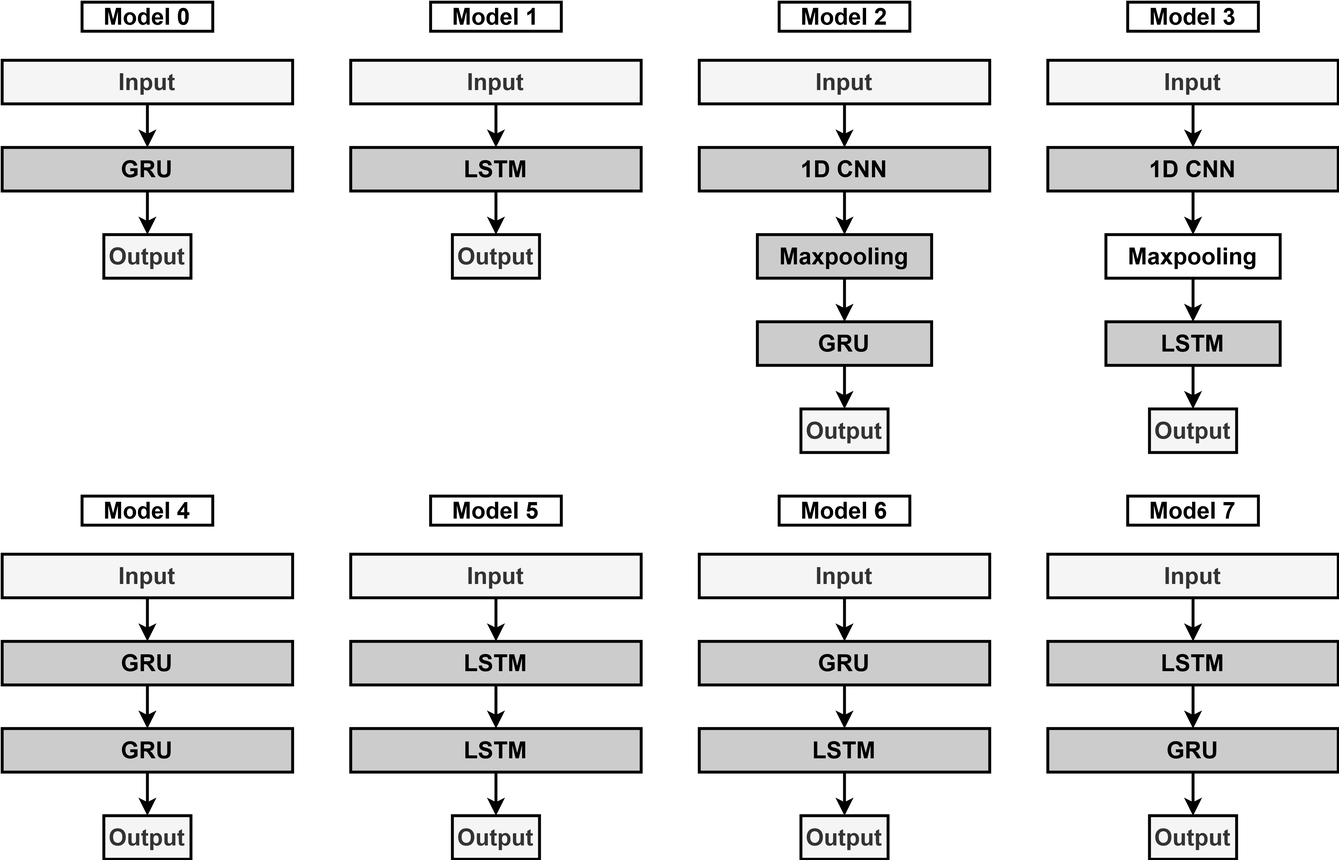
This is Images/models.png from tomasbogalho/Tom-s-Bogalho-MSc-Thesis-New, a draw.io export, as it was before one commit. Source tidied: cells renumbered, new cells last; positions are measured from the earlier drawing's top-left corner, leaving out a move shared by most shapes.
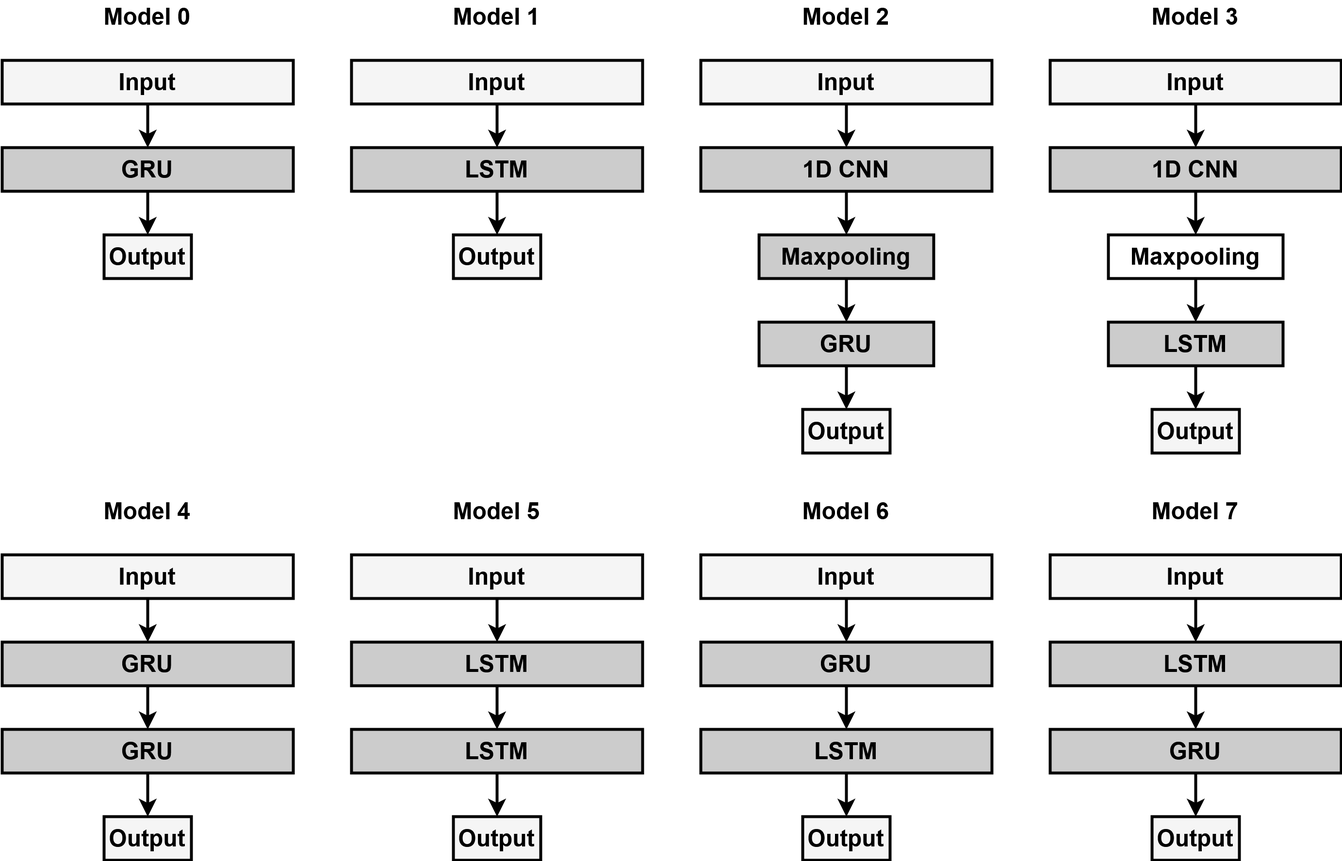
Later version of the same file.

Change to the diagram source:
```diff
@@ -13,6 +13,6 @@
     </mxCell>
-    <mxCell id="5" value="&lt;font style=&quot;font-size: 16px&quot;&gt;Input&lt;/font&gt;" style="rounded=0;whiteSpace=wrap;html=1;fillColor=#f5f5f5;fontColor=#333333;strokeWidth=2;fontStyle=1;" parent="1" vertex="1">
+    <mxCell id="5" value="&lt;font style=&quot;font-size: 16px&quot;&gt;Input&lt;/font&gt;" style="rounded=0;whiteSpace=wrap;html=1;fillColor=#f5f5f5;strokeWidth=2;fontStyle=1;" parent="1" vertex="1">
       <mxGeometry y="40" width="200" height="30" as="geometry" />
     </mxCell>
-    <mxCell id="6" value="&lt;font style=&quot;font-size: 16px&quot;&gt;Output&lt;/font&gt;" style="rounded=0;whiteSpace=wrap;html=1;fillColor=#f5f5f5;fontColor=#333333;strokeWidth=2;fontStyle=1;" parent="1" vertex="1">
+    <mxCell id="6" value="&lt;font style=&quot;font-size: 16px&quot;&gt;Output&lt;/font&gt;" style="rounded=0;whiteSpace=wrap;html=1;fillColor=#f5f5f5;strokeWidth=2;fontStyle=1;" parent="1" vertex="1">
       <mxGeometry x="70" y="160" width="60" height="30" as="geometry" />
@@ -28,6 +28,6 @@
     </mxCell>
-    <mxCell id="10" value="&lt;font style=&quot;font-size: 16px&quot;&gt;Input&lt;/font&gt;" style="rounded=0;whiteSpace=wrap;html=1;fillColor=#f5f5f5;fontColor=#333333;strokeWidth=2;fontStyle=1;" parent="1" vertex="1">
+    <mxCell id="10" value="&lt;font style=&quot;font-size: 16px&quot;&gt;Input&lt;/font&gt;" style="rounded=0;whiteSpace=wrap;html=1;fillColor=#f5f5f5;strokeWidth=2;fontStyle=1;" parent="1" vertex="1">
       <mxGeometry x="240" y="40" width="200" height="30" as="geometry" />
     </mxCell>
-    <mxCell id="11" value="&lt;font style=&quot;font-size: 16px&quot;&gt;Output&lt;/font&gt;" style="rounded=0;whiteSpace=wrap;html=1;fillColor=#f5f5f5;fontColor=#333333;strokeWidth=2;fontStyle=1;" parent="1" vertex="1">
+    <mxCell id="11" value="&lt;font style=&quot;font-size: 16px&quot;&gt;Output&lt;/font&gt;" style="rounded=0;whiteSpace=wrap;html=1;fillColor=#f5f5f5;strokeWidth=2;fontStyle=1;" parent="1" vertex="1">
       <mxGeometry x="310" y="160" width="60" height="30" as="geometry" />
@@ -43,3 +43,3 @@
     </mxCell>
-    <mxCell id="15" value="&lt;font style=&quot;font-size: 16px&quot;&gt;Input&lt;/font&gt;" style="rounded=0;whiteSpace=wrap;html=1;fillColor=#f5f5f5;fontColor=#333333;strokeWidth=2;fontStyle=1;" parent="1" vertex="1">
+    <mxCell id="15" value="&lt;font style=&quot;font-size: 16px&quot;&gt;Input&lt;/font&gt;" style="rounded=0;whiteSpace=wrap;html=1;fillColor=#f5f5f5;strokeWidth=2;fontStyle=1;" parent="1" vertex="1">
       <mxGeometry x="480" y="40" width="200" height="30" as="geometry" />
@@ -58,3 +58,3 @@
     </mxCell>
-    <mxCell id="20" value="&lt;font style=&quot;font-size: 16px&quot;&gt;Output&lt;/font&gt;" style="rounded=0;whiteSpace=wrap;html=1;fillColor=#f5f5f5;fontColor=#333333;strokeWidth=2;fontStyle=1;" parent="1" vertex="1">
+    <mxCell id="20" value="&lt;font style=&quot;font-size: 16px&quot;&gt;Output&lt;/font&gt;" style="rounded=0;whiteSpace=wrap;html=1;fillColor=#f5f5f5;strokeWidth=2;fontStyle=1;" parent="1" vertex="1">
       <mxGeometry x="550" y="280" width="60" height="30" as="geometry" />
@@ -70,3 +70,3 @@
     </mxCell>
-    <mxCell id="24" value="&lt;font style=&quot;font-size: 16px&quot;&gt;Input&lt;/font&gt;" style="rounded=0;whiteSpace=wrap;html=1;fillColor=#f5f5f5;fontColor=#333333;strokeWidth=2;fontStyle=1;" parent="1" vertex="1">
+    <mxCell id="24" value="&lt;font style=&quot;font-size: 16px&quot;&gt;Input&lt;/font&gt;" style="rounded=0;whiteSpace=wrap;html=1;fillColor=#f5f5f5;strokeWidth=2;fontStyle=1;" parent="1" vertex="1">
       <mxGeometry x="720" y="40" width="200" height="30" as="geometry" />
@@ -85,3 +85,3 @@
     </mxCell>
-    <mxCell id="29" value="&lt;font style=&quot;font-size: 16px&quot;&gt;Output&lt;/font&gt;" style="rounded=0;whiteSpace=wrap;html=1;fillColor=#f5f5f5;fontColor=#333333;strokeWidth=2;fontStyle=1;" parent="1" vertex="1">
+    <mxCell id="29" value="&lt;font style=&quot;font-size: 16px&quot;&gt;Output&lt;/font&gt;" style="rounded=0;whiteSpace=wrap;html=1;fillColor=#f5f5f5;strokeWidth=2;fontStyle=1;" parent="1" vertex="1">
       <mxGeometry x="790" y="280" width="60" height="30" as="geometry" />
@@ -97,3 +97,3 @@
     </mxCell>
-    <mxCell id="33" value="&lt;font style=&quot;font-size: 16px&quot;&gt;Input&lt;/font&gt;" style="rounded=0;whiteSpace=wrap;html=1;fillColor=#f5f5f5;fontColor=#333333;strokeWidth=2;fontStyle=1;" parent="1" vertex="1">
+    <mxCell id="33" value="&lt;font style=&quot;font-size: 16px&quot;&gt;Input&lt;/font&gt;" style="rounded=0;whiteSpace=wrap;html=1;fillColor=#f5f5f5;strokeWidth=2;fontStyle=1;" parent="1" vertex="1">
       <mxGeometry y="380" width="200" height="30" as="geometry" />
@@ -106,3 +106,3 @@
     </mxCell>
-    <mxCell id="36" value="&lt;font style=&quot;font-size: 16px&quot;&gt;Output&lt;/font&gt;" style="rounded=0;whiteSpace=wrap;html=1;fillColor=#f5f5f5;fontColor=#333333;strokeWidth=2;fontStyle=1;" parent="1" vertex="1">
+    <mxCell id="36" value="&lt;font style=&quot;font-size: 16px&quot;&gt;Output&lt;/font&gt;" style="rounded=0;whiteSpace=wrap;html=1;fillColor=#f5f5f5;strokeWidth=2;fontStyle=1;" parent="1" vertex="1">
       <mxGeometry x="70" y="560" width="60" height="30" as="geometry" />
@@ -118,3 +118,3 @@
     </mxCell>
-    <mxCell id="40" value="&lt;font style=&quot;font-size: 16px&quot;&gt;Input&lt;/font&gt;" style="rounded=0;whiteSpace=wrap;html=1;fillColor=#f5f5f5;fontColor=#333333;strokeWidth=2;fontStyle=1;" parent="1" vertex="1">
+    <mxCell id="40" value="&lt;font style=&quot;font-size: 16px&quot;&gt;Input&lt;/font&gt;" style="rounded=0;whiteSpace=wrap;html=1;fillColor=#f5f5f5;strokeWidth=2;fontStyle=1;" parent="1" vertex="1">
       <mxGeometry x="240" y="380" width="200" height="30" as="geometry" />
@@ -127,3 +127,3 @@
     </mxCell>
-    <mxCell id="43" value="&lt;font style=&quot;font-size: 16px&quot;&gt;Output&lt;/font&gt;" style="rounded=0;whiteSpace=wrap;html=1;fillColor=#f5f5f5;fontColor=#333333;strokeWidth=2;fontStyle=1;" parent="1" vertex="1">
+    <mxCell id="43" value="&lt;font style=&quot;font-size: 16px&quot;&gt;Output&lt;/font&gt;" style="rounded=0;whiteSpace=wrap;html=1;fillColor=#f5f5f5;strokeWidth=2;fontStyle=1;" parent="1" vertex="1">
       <mxGeometry x="310" y="560" width="60" height="30" as="geometry" />
@@ -139,3 +139,3 @@
     </mxCell>
-    <mxCell id="47" value="&lt;font style=&quot;font-size: 16px&quot;&gt;Input&lt;/font&gt;" style="rounded=0;whiteSpace=wrap;html=1;fillColor=#f5f5f5;fontColor=#333333;strokeWidth=2;fontStyle=1;" parent="1" vertex="1">
+    <mxCell id="47" value="&lt;font style=&quot;font-size: 16px&quot;&gt;Input&lt;/font&gt;" style="rounded=0;whiteSpace=wrap;html=1;fillColor=#f5f5f5;strokeWidth=2;fontStyle=1;" parent="1" vertex="1">
       <mxGeometry x="480" y="380" width="200" height="30" as="geometry" />
@@ -148,3 +148,3 @@
     </mxCell>
-    <mxCell id="50" value="&lt;font style=&quot;font-size: 16px&quot;&gt;Output&lt;/font&gt;" style="rounded=0;whiteSpace=wrap;html=1;fillColor=#f5f5f5;fontColor=#333333;strokeWidth=2;fontStyle=1;" parent="1" vertex="1">
+    <mxCell id="50" value="&lt;font style=&quot;font-size: 16px&quot;&gt;Output&lt;/font&gt;" style="rounded=0;whiteSpace=wrap;html=1;fillColor=#f5f5f5;strokeWidth=2;fontStyle=1;" parent="1" vertex="1">
       <mxGeometry x="550" y="560" width="60" height="30" as="geometry" />
@@ -160,3 +160,3 @@
     </mxCell>
-    <mxCell id="54" value="&lt;font style=&quot;font-size: 16px&quot;&gt;Input&lt;/font&gt;" style="rounded=0;whiteSpace=wrap;html=1;fillColor=#f5f5f5;fontColor=#333333;strokeWidth=2;fontStyle=1;" parent="1" vertex="1">
+    <mxCell id="54" value="&lt;font style=&quot;font-size: 16px&quot;&gt;Input&lt;/font&gt;" style="rounded=0;whiteSpace=wrap;html=1;fillColor=#f5f5f5;strokeWidth=2;fontStyle=1;" parent="1" vertex="1">
       <mxGeometry x="720" y="380" width="200" height="30" as="geometry" />
@@ -169,27 +169,27 @@
     </mxCell>
-    <mxCell id="57" value="&lt;font style=&quot;font-size: 16px&quot;&gt;Output&lt;/font&gt;" style="rounded=0;whiteSpace=wrap;html=1;fillColor=#f5f5f5;fontColor=#333333;strokeWidth=2;fontStyle=1;" parent="1" vertex="1">
+    <mxCell id="57" value="&lt;font style=&quot;font-size: 16px&quot;&gt;Output&lt;/font&gt;" style="rounded=0;whiteSpace=wrap;html=1;fillColor=#f5f5f5;strokeWidth=2;fontStyle=1;" parent="1" vertex="1">
       <mxGeometry x="790" y="560" width="60" height="30" as="geometry" />
     </mxCell>
-    <mxCell id="58" value="&lt;span&gt;&lt;font style=&quot;font-size: 16px&quot;&gt;Model 0&lt;br&gt;&lt;/font&gt;&lt;/span&gt;" style="text;html=1;fillColor=none;align=center;verticalAlign=middle;whiteSpace=wrap;rounded=0;strokeWidth=2;fontStyle=1;strokeColor=#000000;" parent="1" vertex="1">
+    <mxCell id="58" value="&lt;span&gt;&lt;font style=&quot;font-size: 16px&quot;&gt;Model 0&lt;br&gt;&lt;/font&gt;&lt;/span&gt;" style="text;html=1;strokeColor=none;fillColor=none;align=center;verticalAlign=middle;whiteSpace=wrap;rounded=0;strokeWidth=2;fontStyle=1;" parent="1" vertex="1">
       <mxGeometry x="55" width="90" height="20" as="geometry" />
     </mxCell>
-    <mxCell id="59" value="&lt;span&gt;&lt;font style=&quot;font-size: 16px&quot;&gt;Model 1&lt;br&gt;&lt;/font&gt;&lt;/span&gt;" style="text;html=1;fillColor=none;align=center;verticalAlign=middle;whiteSpace=wrap;rounded=0;strokeWidth=2;fontStyle=1;strokeColor=#000000;" parent="1" vertex="1">
+    <mxCell id="59" value="&lt;span&gt;&lt;font style=&quot;font-size: 16px&quot;&gt;Model 1&lt;br&gt;&lt;/font&gt;&lt;/span&gt;" style="text;html=1;strokeColor=none;fillColor=none;align=center;verticalAlign=middle;whiteSpace=wrap;rounded=0;strokeWidth=2;fontStyle=1;" parent="1" vertex="1">
       <mxGeometry x="295" width="90" height="20" as="geometry" />
     </mxCell>
-    <mxCell id="60" value="&lt;span&gt;&lt;font style=&quot;font-size: 16px&quot;&gt;Model 2&lt;br&gt;&lt;/font&gt;&lt;/span&gt;" style="text;html=1;fillColor=none;align=center;verticalAlign=middle;whiteSpace=wrap;rounded=0;strokeWidth=2;fontStyle=1;strokeColor=#000000;" parent="1" vertex="1">
+    <mxCell id="60" value="&lt;span&gt;&lt;font style=&quot;font-size: 16px&quot;&gt;Model 2&lt;br&gt;&lt;/font&gt;&lt;/span&gt;" style="text;html=1;strokeColor=none;fillColor=none;align=center;verticalAlign=middle;whiteSpace=wrap;rounded=0;strokeWidth=2;fontStyle=1;" parent="1" vertex="1">
       <mxGeometry x="535" width="90" height="20" as="geometry" />
     </mxCell>
-    <mxCell id="61" value="&lt;span&gt;&lt;font style=&quot;font-size: 16px&quot;&gt;Model 3&lt;br&gt;&lt;/font&gt;&lt;/span&gt;" style="text;html=1;fillColor=none;align=center;verticalAlign=middle;whiteSpace=wrap;rounded=0;strokeWidth=2;fontStyle=1;strokeColor=#000000;" parent="1" vertex="1">
+    <mxCell id="61" value="&lt;span&gt;&lt;font style=&quot;font-size: 16px&quot;&gt;Model 3&lt;br&gt;&lt;/font&gt;&lt;/span&gt;" style="text;html=1;strokeColor=none;fillColor=none;align=center;verticalAlign=middle;whiteSpace=wrap;rounded=0;strokeWidth=2;fontStyle=1;" parent="1" vertex="1">
       <mxGeometry x="775" width="90" height="20" as="geometry" />
     </mxCell>
-    <mxCell id="62" value="&lt;span&gt;&lt;font style=&quot;font-size: 16px&quot;&gt;Model 4&lt;br&gt;&lt;/font&gt;&lt;/span&gt;" style="text;html=1;fillColor=none;align=center;verticalAlign=middle;whiteSpace=wrap;rounded=0;strokeWidth=2;fontStyle=1;strokeColor=#000000;" parent="1" vertex="1">
+    <mxCell id="62" value="&lt;span&gt;&lt;font style=&quot;font-size: 16px&quot;&gt;Model 4&lt;br&gt;&lt;/font&gt;&lt;/span&gt;" style="text;html=1;strokeColor=none;fillColor=none;align=center;verticalAlign=middle;whiteSpace=wrap;rounded=0;strokeWidth=2;fontStyle=1;" parent="1" vertex="1">
       <mxGeometry x="55" y="340" width="90" height="20" as="geometry" />
     </mxCell>
-    <mxCell id="63" value="&lt;span&gt;&lt;font style=&quot;font-size: 16px&quot;&gt;Model 5&lt;br&gt;&lt;/font&gt;&lt;/span&gt;" style="text;html=1;fillColor=none;align=center;verticalAlign=middle;whiteSpace=wrap;rounded=0;strokeWidth=2;fontStyle=1;strokeColor=#000000;" parent="1" vertex="1">
+    <mxCell id="63" value="&lt;span&gt;&lt;font style=&quot;font-size: 16px&quot;&gt;Model 5&lt;br&gt;&lt;/font&gt;&lt;/span&gt;" style="text;html=1;strokeColor=none;fillColor=none;align=center;verticalAlign=middle;whiteSpace=wrap;rounded=0;strokeWidth=2;fontStyle=1;" parent="1" vertex="1">
       <mxGeometry x="295" y="340" width="90" height="20" as="geometry" />
     </mxCell>
-    <mxCell id="64" value="&lt;span&gt;&lt;font style=&quot;font-size: 16px&quot;&gt;Model 6&lt;br&gt;&lt;/font&gt;&lt;/span&gt;" style="text;html=1;fillColor=none;align=center;verticalAlign=middle;whiteSpace=wrap;rounded=0;strokeWidth=2;fontStyle=1;strokeColor=#000000;" parent="1" vertex="1">
+    <mxCell id="64" value="&lt;span&gt;&lt;font style=&quot;font-size: 16px&quot;&gt;Model 6&lt;br&gt;&lt;/font&gt;&lt;/span&gt;" style="text;html=1;strokeColor=none;fillColor=none;align=center;verticalAlign=middle;whiteSpace=wrap;rounded=0;strokeWidth=2;fontStyle=1;" parent="1" vertex="1">
       <mxGeometry x="535" y="340" width="90" height="20" as="geometry" />
     </mxCell>
-    <mxCell id="65" value="&lt;span&gt;&lt;font style=&quot;font-size: 16px&quot;&gt;Model 7&lt;br&gt;&lt;/font&gt;&lt;/span&gt;" style="text;html=1;fillColor=none;align=center;verticalAlign=middle;whiteSpace=wrap;rounded=0;strokeWidth=2;fontStyle=1;strokeColor=#000000;" parent="1" vertex="1">
+    <mxCell id="65" value="&lt;span&gt;&lt;font style=&quot;font-size: 16px&quot;&gt;Model 7&lt;br&gt;&lt;/font&gt;&lt;/span&gt;" style="text;html=1;strokeColor=none;fillColor=none;align=center;verticalAlign=middle;whiteSpace=wrap;rounded=0;strokeWidth=2;fontStyle=1;" parent="1" vertex="1">
       <mxGeometry x="775" y="340" width="90" height="20" as="geometry" />
```
